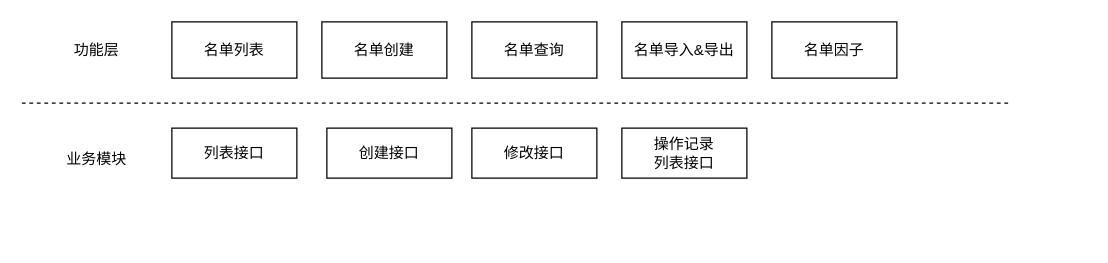
Above: namelist_infr.drawio in learn2Pro/draw_io_save (draw.io), before the change. Source tidied: cells renumbered, new cells numbered last; positions are measured from the earlier drawing's top-left corner, leaving out a move shared by most shapes. Both pictures are drawn from the tidied source at 125%, with x=0, y=0 at pixel (21, 21).
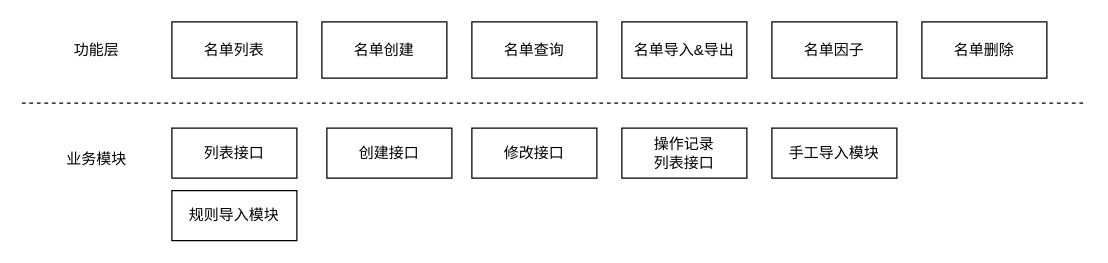
After the change.

Change to the diagram source:
```diff
@@
 <mxGraphModel>
   <root>
     <mxCell id="0" />
     <mxCell id="1" parent="0" />
     <mxCell id="2" value="功能层" style="text;html=1;strokeColor=none;fillColor=none;align=center;verticalAlign=middle;whiteSpace=wrap;rounded=0;" parent="1" vertex="1">
       <mxGeometry x="20" y="7.5" width="80" height="30" as="geometry" />
     </mxCell>
     <mxCell id="3" value="名单列表" style="rounded=0;whiteSpace=wrap;html=1;" parent="1" vertex="1">
       <mxGeometry x="120" width="100" height="45" as="geometry" />
     </mxCell>
     <mxCell id="4" value="名单创建" style="rounded=0;whiteSpace=wrap;html=1;" parent="1" vertex="1">
       <mxGeometry x="240" width="100" height="45" as="geometry" />
     </mxCell>
     <mxCell id="5" value="名单查询" style="rounded=0;whiteSpace=wrap;html=1;" parent="1" vertex="1">
       <mxGeometry x="360" width="100" height="45" as="geometry" />
     </mxCell>
     <mxCell id="6" value="名单导入&amp;amp;导出" style="rounded=0;whiteSpace=wrap;html=1;" parent="1" vertex="1">
       <mxGeometry x="480" width="100" height="45" as="geometry" />
     </mxCell>
     <mxCell id="7" value="名单因子" style="rounded=0;whiteSpace=wrap;html=1;" parent="1" vertex="1">
       <mxGeometry x="600" width="100" height="45" as="geometry" />
     </mxCell>
     <mxCell id="8" value="业务模块" style="text;html=1;strokeColor=none;fillColor=none;align=center;verticalAlign=middle;whiteSpace=wrap;rounded=0;" parent="1" vertex="1">
       <mxGeometry x="20" y="95" width="80" height="30" as="geometry" />
     </mxCell>
     <mxCell id="9" style="endArrow=none;dashed=1;html=1;" parent="1" edge="1">
       <mxGeometry relative="1" as="geometry">
         <mxPoint y="65" as="sourcePoint" />
-        <mxPoint x="790" y="65" as="targetPoint" />
+        <mxPoint x="850" y="65" as="targetPoint" />
       </mxGeometry>
     </mxCell>
     <mxCell id="10" value="列表接口" style="rounded=0;whiteSpace=wrap;html=1;" parent="1" vertex="1">
       <mxGeometry x="120" y="85" width="100" height="40" as="geometry" />
     </mxCell>
     <mxCell id="11" value="创建接口" style="rounded=0;whiteSpace=wrap;html=1;" parent="1" vertex="1">
       <mxGeometry x="244" y="85" width="100" height="40" as="geometry" />
     </mxCell>
     <mxCell id="12" value="修改接口" style="rounded=0;whiteSpace=wrap;html=1;" parent="1" vertex="1">
       <mxGeometry x="360" y="85" width="100" height="40" as="geometry" />
     </mxCell>
     <mxCell id="13" value="操作记录&lt;br&gt;列表接口" style="rounded=0;whiteSpace=wrap;html=1;" parent="1" vertex="1">
       <mxGeometry x="480" y="85" width="100" height="40" as="geometry" />
     </mxCell>
+    <mxCell id="14" value="手工导入模块" style="rounded=0;whiteSpace=wrap;html=1;" parent="1" vertex="1">
+      <mxGeometry x="600" y="85" width="100" height="40" as="geometry" />
+    </mxCell>
+    <mxCell id="15" value="规则导入模块" style="rounded=0;whiteSpace=wrap;html=1;" parent="1" vertex="1">
+      <mxGeometry x="120" y="135" width="100" height="40" as="geometry" />
+    </mxCell>
+    <mxCell id="16" value="名单删除" style="rounded=0;whiteSpace=wrap;html=1;" parent="1" vertex="1">
+      <mxGeometry x="720" width="100" height="45" as="geometry" />
+    </mxCell>
   </root>
 </mxGraphModel>
```
